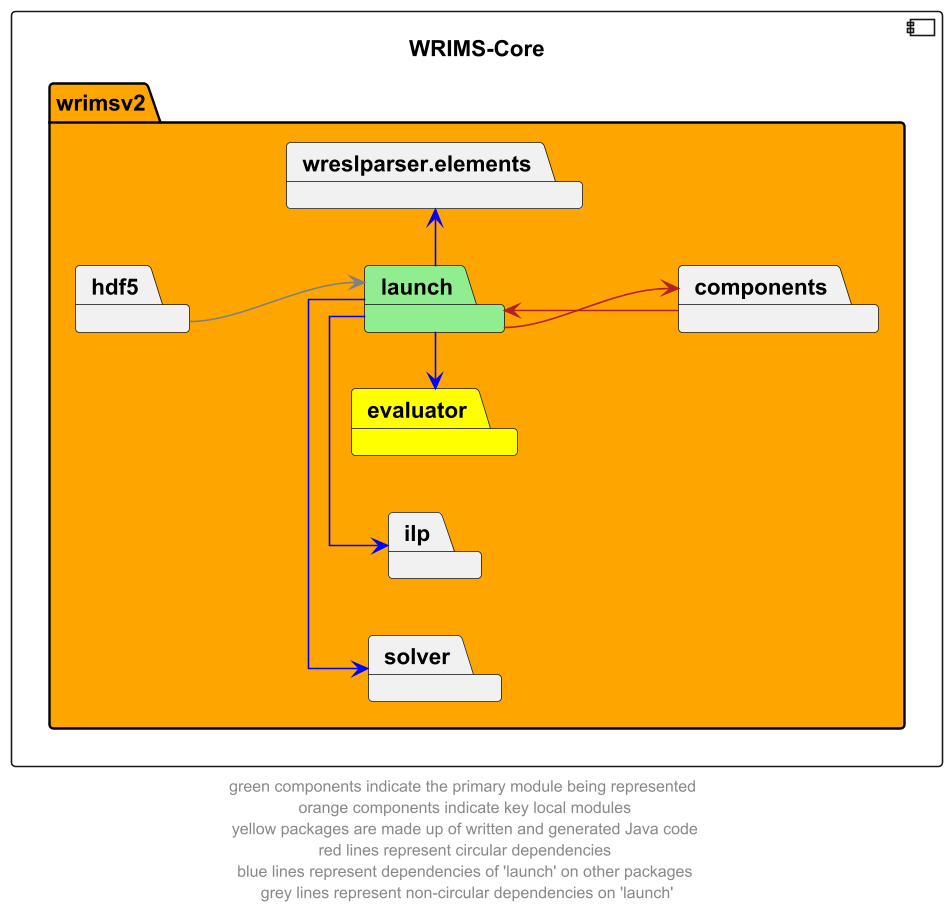
CentralValleyModeling/wrims-engine keeps this PlantUML diagram as docs/diagrams/wrims-core/wrims-core_launch.png. Above is the earlier version.
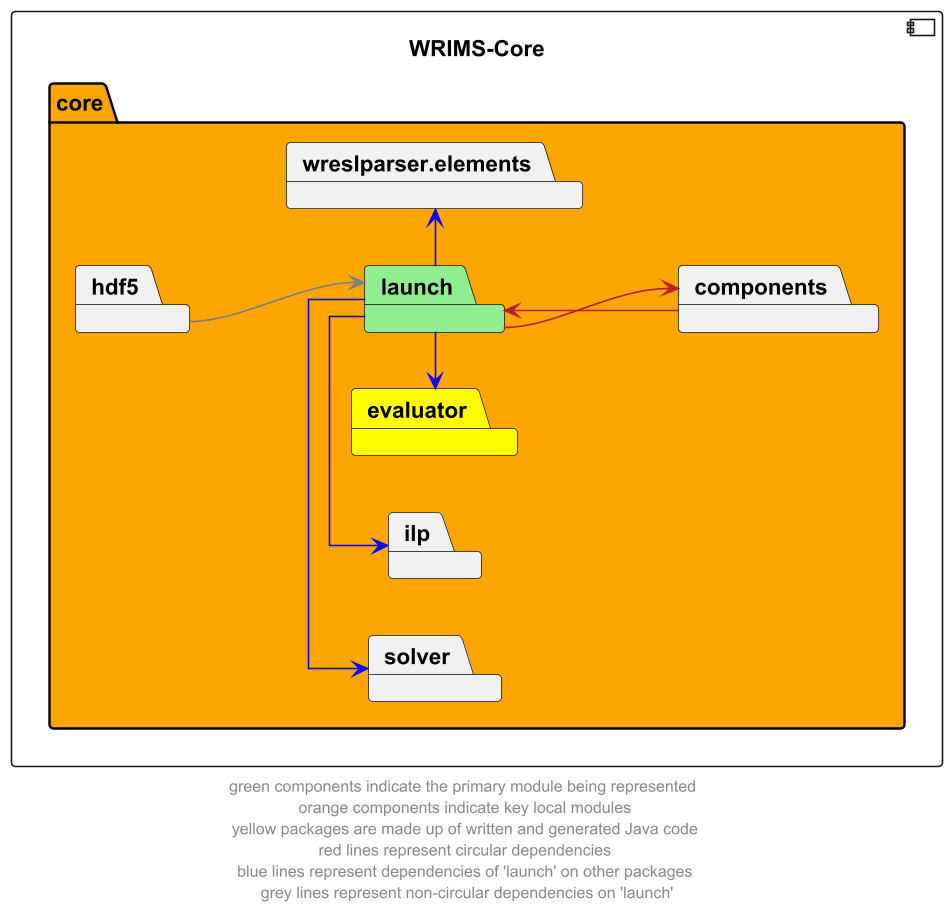
After the change.

The edit, as a diff of the source:
```diff
@@ -3,7 +3,7 @@
 skinparam linetype ortho
 
 component wrims_core as "WRIMS-Core"  {
-    package wrimsv2 #orange {
+    package core #orange {
         package launch #lightgreen
         package components
         package evaluator #yellow
```
